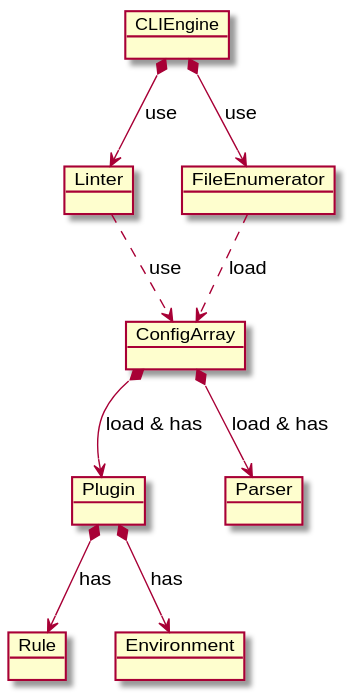
The PlantUML diagram designs/2019-eslintrc-improvements/deps2.svg in eslint/rfcs, before a commit. Its source is kept beside it as designs/2019-eslintrc-improvements/deps2.plantuml.
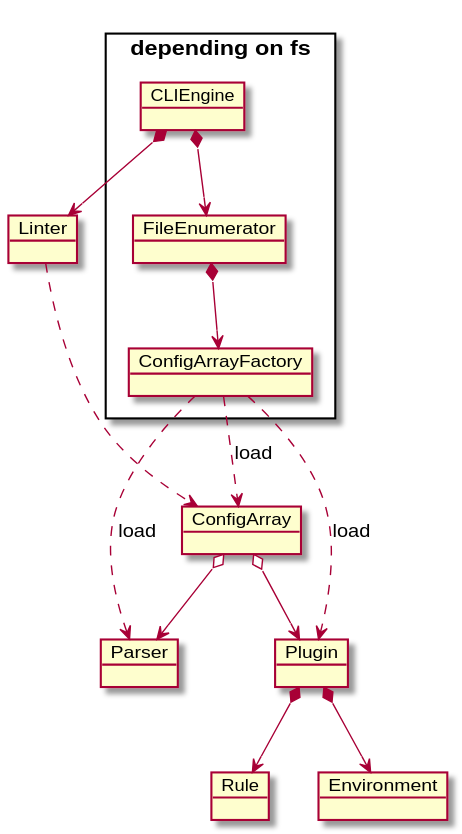
Later version of the same file.

The edit, as a diff of the source:
```diff
@@ -1,19 +1,25 @@
 @startuml
-object CLIEngine
+rectangle "depending on fs" {
+  object CLIEngine
+  object FileEnumerator
+  object ConfigArrayFactory
+}
 object Linter
+object ConfigArray
+object Parser
+object Plugin
 object Rule
 object Environment
-object Plugin
-object Parser
-object ConfigArray
-object FileEnumerator
 
-CLIEngine *--> Linter : "use"
-CLIEngine *--> FileEnumerator : "use"
-Linter ..> ConfigArray : "use"
-FileEnumerator ..> ConfigArray : "load"
-ConfigArray *--> Parser : "load & has"
-ConfigArray *--> Plugin : "load & has"
-Plugin *--> Rule : "has"
-Plugin *--> Environment : "has"
+CLIEngine *--> Linter
+CLIEngine *--> FileEnumerator
+Linter ..> ConfigArray
+FileEnumerator *--> ConfigArrayFactory
+ConfigArrayFactory ..> ConfigArray : "load"
+ConfigArrayFactory ..> Parser : "load"
+ConfigArrayFactory ..> Plugin : "load"
+ConfigArray o--> Parser
+ConfigArray o--> Plugin
+Plugin *--> Rule
+Plugin *--> Environment
 @enduml
```
